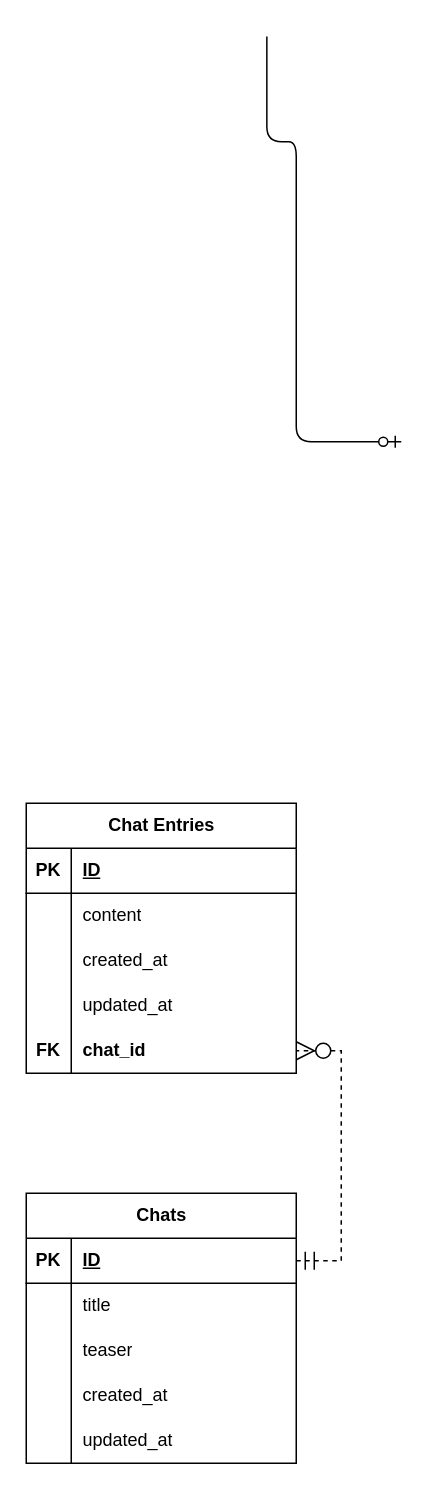
The draw.io diagram docs/database.drawio in sergeyklay/promptly, before the edit. Source tidied: cells renumbered, new cells numbered last; positions are measured from the earlier drawing's top-left corner, leaving out a move shared by most shapes. Both pictures are drawn from the tidied source at 150%, with x=0, y=0 at pixel (26, 36).
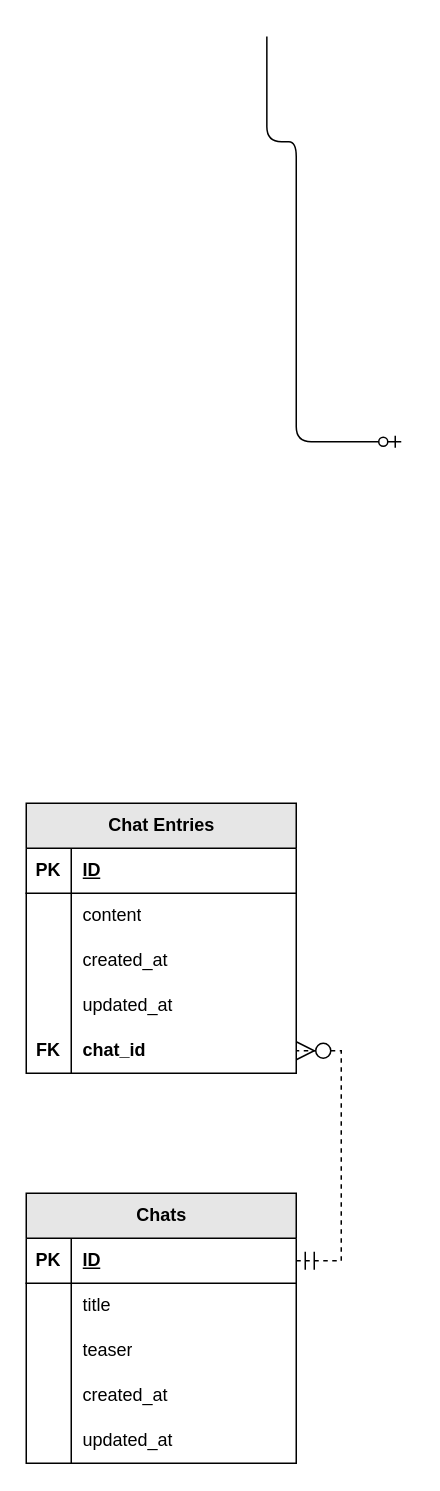
The same page after the edit.

The edit, as a diff of the source:
```diff
@@
-    <mxCell id="3" value="Chats" style="shape=table;startSize=30;childLayout=tableLayout;rowLines=0;fontStyle=1;align=center;html=1;" parent="1" vertex="1">
+    <mxCell id="3" value="Chats" style="shape=table;startSize=30;childLayout=tableLayout;rowLines=0;fontStyle=1;align=center;html=1;fillColor=#E6E6E6;" parent="1" vertex="1">
       <mxGeometry y="771" width="180" height="180" as="geometry" />
     </mxCell>
@@
-    <mxCell id="19" value="Chat Entries" style="shape=table;startSize=30;childLayout=tableLayout;rowLines=0;fontStyle=1;align=center;html=1;" parent="1" vertex="1">
+    <mxCell id="19" value="Chat Entries" style="shape=table;startSize=30;childLayout=tableLayout;rowLines=0;fontStyle=1;align=center;html=1;fillColor=#E6E6E6;" parent="1" vertex="1">
       <mxGeometry y="511" width="180" height="180" as="geometry" />
     </mxCell>
```
